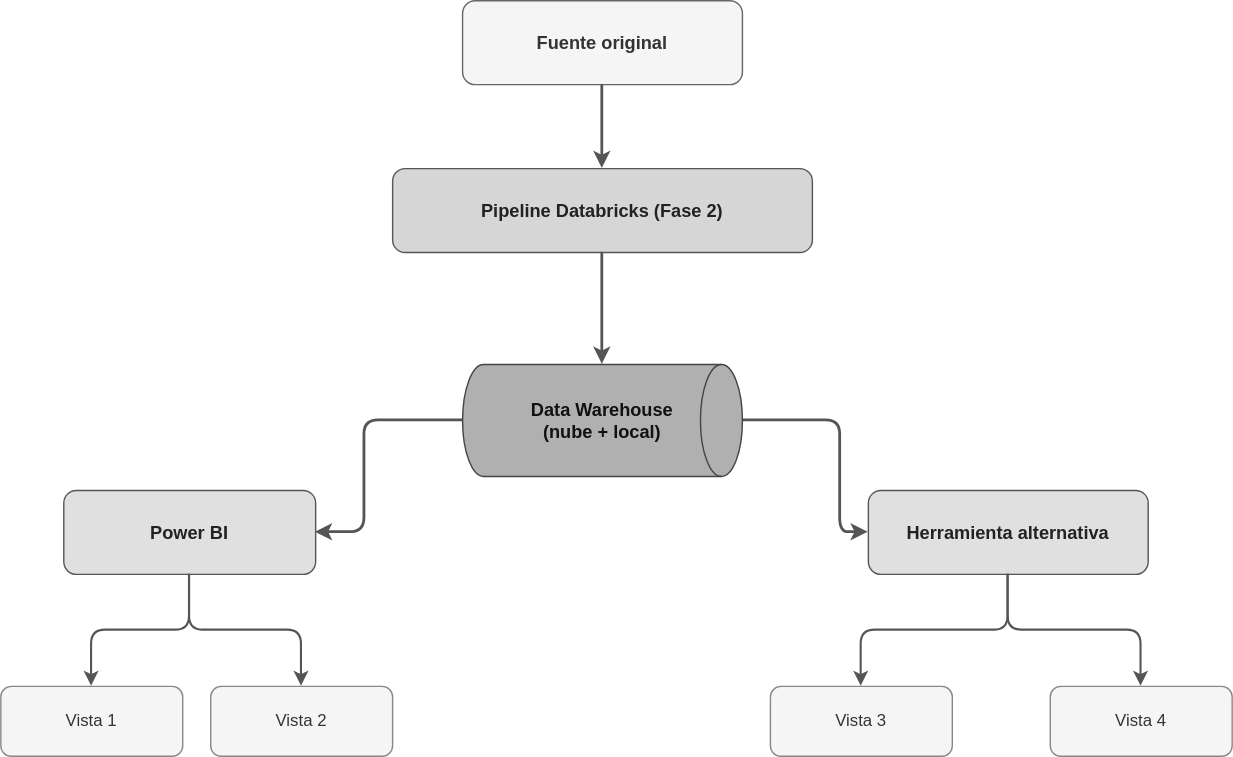
Before: docs/images/pipeline_datos.drawio.svg, a diagram exported from draw.io (betebetoven2/semi2-mortalidad). Source tidied: cells renumbered, new cells last; positions are measured from the earlier drawing's top-left corner, leaving out a move shared by most shapes. Its diagram source:
```xml
<mxGraphModel>
  <root>
    <mxCell id="0" />
    <mxCell id="1" parent="0" />
    <mxCell id="2" value="Fuente original" style="rounded=1;whiteSpace=wrap;html=1;fillColor=#f5f5f5;strokeColor=#666666;fontColor=#333333;fontStyle=1;fontSize=13;" parent="1" vertex="1">
      <mxGeometry x="330" width="200" height="60" as="geometry" />
    </mxCell>
    <mxCell id="3" style="edgeStyle=orthogonalEdgeStyle;strokeColor=#555555;strokeWidth=2;" parent="1" edge="1" source="2" target="4">
      <mxGeometry relative="1" as="geometry" />
    </mxCell>
    <mxCell id="4" value="Pipeline Databricks (Fase 2)" style="rounded=1;whiteSpace=wrap;html=1;fillColor=#d6d6d6;strokeColor=#555555;fontColor=#222222;fontStyle=1;fontSize=13;" parent="1" vertex="1">
      <mxGeometry x="280" y="120" width="300" height="60" as="geometry" />
    </mxCell>
    <mxCell id="5" style="edgeStyle=orthogonalEdgeStyle;strokeColor=#555555;strokeWidth=2;" parent="1" edge="1" source="4" target="18">
      <mxGeometry relative="1" as="geometry" />
    </mxCell>
    <mxCell id="6" style="edgeStyle=orthogonalEdgeStyle;strokeColor=#555555;strokeWidth=2;exitX=0;exitY=0.5;exitDx=0;exitDy=0;entryX=1;entryY=0.5;entryDx=0;entryDy=0;" parent="1" edge="1" source="18" target="7">
      <mxGeometry relative="1" as="geometry">
        <Array as="points">
          <mxPoint x="260" y="300" />
          <mxPoint x="260" y="380" />
        </Array>
      </mxGeometry>
    </mxCell>
    <mxCell id="7" value="Power BI" style="rounded=1;whiteSpace=wrap;html=1;fillColor=#e0e0e0;strokeColor=#555555;fontColor=#222222;fontStyle=1;fontSize=13;" parent="1" vertex="1">
      <mxGeometry x="45" y="350" width="180" height="60" as="geometry" />
    </mxCell>
    <mxCell id="8" style="edgeStyle=orthogonalEdgeStyle;strokeColor=#555555;strokeWidth=2;exitX=1;exitY=0.5;exitDx=0;exitDy=0;entryX=0;entryY=0.5;entryDx=0;entryDy=0;" parent="1" edge="1" source="18" target="9">
      <mxGeometry relative="1" as="geometry">
        <Array as="points">
          <mxPoint x="600" y="300" />
          <mxPoint x="600" y="380" />
        </Array>
      </mxGeometry>
    </mxCell>
    <mxCell id="9" value="Herramienta alternativa" style="rounded=1;whiteSpace=wrap;html=1;fillColor=#e0e0e0;strokeColor=#555555;fontColor=#222222;fontStyle=1;fontSize=13;" parent="1" vertex="1">
      <mxGeometry x="620" y="350" width="200" height="60" as="geometry" />
    </mxCell>
    <mxCell id="10" style="edgeStyle=orthogonalEdgeStyle;strokeColor=#555555;strokeWidth=1.5;" parent="1" edge="1" source="7" target="11">
      <mxGeometry relative="1" as="geometry" />
    </mxCell>
    <mxCell id="11" value="Vista 1" style="rounded=1;whiteSpace=wrap;html=1;fillColor=#f5f5f5;strokeColor=#888888;fontColor=#333333;fontSize=12;" parent="1" vertex="1">
      <mxGeometry y="490" width="130" height="50" as="geometry" />
    </mxCell>
    <mxCell id="12" style="edgeStyle=orthogonalEdgeStyle;strokeColor=#555555;strokeWidth=1.5;" parent="1" edge="1" source="7" target="13">
      <mxGeometry relative="1" as="geometry" />
    </mxCell>
    <mxCell id="13" value="Vista 2" style="rounded=1;whiteSpace=wrap;html=1;fillColor=#f5f5f5;strokeColor=#888888;fontColor=#333333;fontSize=12;" parent="1" vertex="1">
      <mxGeometry x="150" y="490" width="130" height="50" as="geometry" />
    </mxCell>
    <mxCell id="14" style="edgeStyle=orthogonalEdgeStyle;strokeColor=#555555;strokeWidth=1.5;" parent="1" edge="1" source="9" target="15">
      <mxGeometry relative="1" as="geometry" />
    </mxCell>
    <mxCell id="15" value="Vista 3" style="rounded=1;whiteSpace=wrap;html=1;fillColor=#f5f5f5;strokeColor=#888888;fontColor=#333333;fontSize=12;" parent="1" vertex="1">
      <mxGeometry x="550" y="490" width="130" height="50" as="geometry" />
    </mxCell>
    <mxCell id="16" style="edgeStyle=orthogonalEdgeStyle;strokeColor=#555555;strokeWidth=1.5;" parent="1" edge="1" source="9" target="17">
      <mxGeometry relative="1" as="geometry" />
    </mxCell>
    <mxCell id="17" value="Vista 4" style="rounded=1;whiteSpace=wrap;html=1;fillColor=#f5f5f5;strokeColor=#888888;fontColor=#333333;fontSize=12;" parent="1" vertex="1">
      <mxGeometry x="750" y="490" width="130" height="50" as="geometry" />
    </mxCell>
    <mxCell id="18" value="Data Warehouse&#10;(nube + local)" style="shape=cylinder3;whiteSpace=wrap;html=1;fillColor=#b0b0b0;strokeColor=#444444;fontColor=#111111;fontStyle=1;fontSize=13;direction=south;" parent="1" vertex="1">
      <mxGeometry x="330" y="260" width="200" height="80" as="geometry" />
    </mxCell>
  </root>
</mxGraphModel>
```
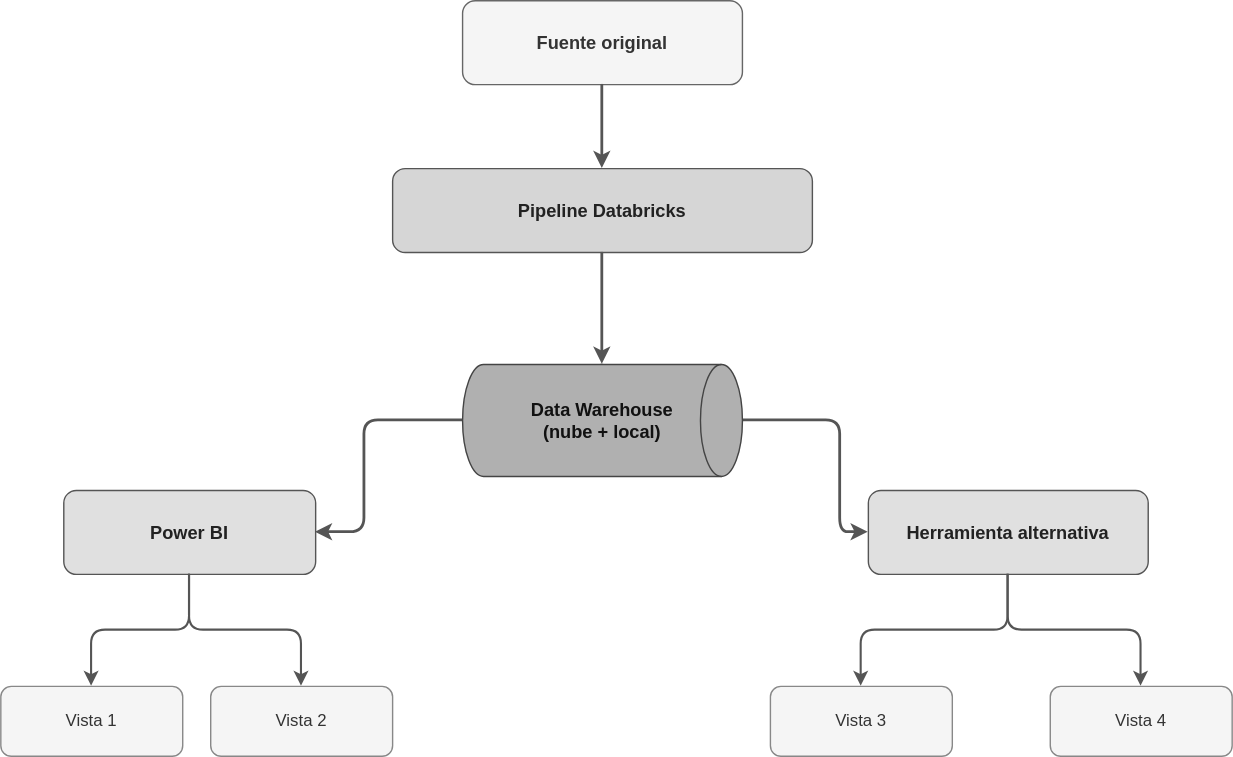
After the change.

Commit message:
Se reemplazó diagrama de pipeline

Diff of the diagram source:
```diff
@@ -8,7 +8,7 @@
     <mxCell id="3" style="edgeStyle=orthogonalEdgeStyle;strokeColor=#555555;strokeWidth=2;" parent="1" edge="1" source="2" target="4">
       <mxGeometry relative="1" as="geometry" />
     </mxCell>
-    <mxCell id="4" value="Pipeline Databricks (Fase 2)" style="rounded=1;whiteSpace=wrap;html=1;fillColor=#d6d6d6;strokeColor=#555555;fontColor=#222222;fontStyle=1;fontSize=13;" parent="1" vertex="1">
+    <mxCell id="4" value="Pipeline Databricks" style="rounded=1;whiteSpace=wrap;html=1;fillColor=#d6d6d6;strokeColor=#555555;fontColor=#222222;fontStyle=1;fontSize=13;" parent="1" vertex="1">
       <mxGeometry x="280" y="120" width="300" height="60" as="geometry" />
     </mxCell>
     <mxCell id="5" style="edgeStyle=orthogonalEdgeStyle;strokeColor=#555555;strokeWidth=2;" parent="1" edge="1" source="4" target="18">
```
